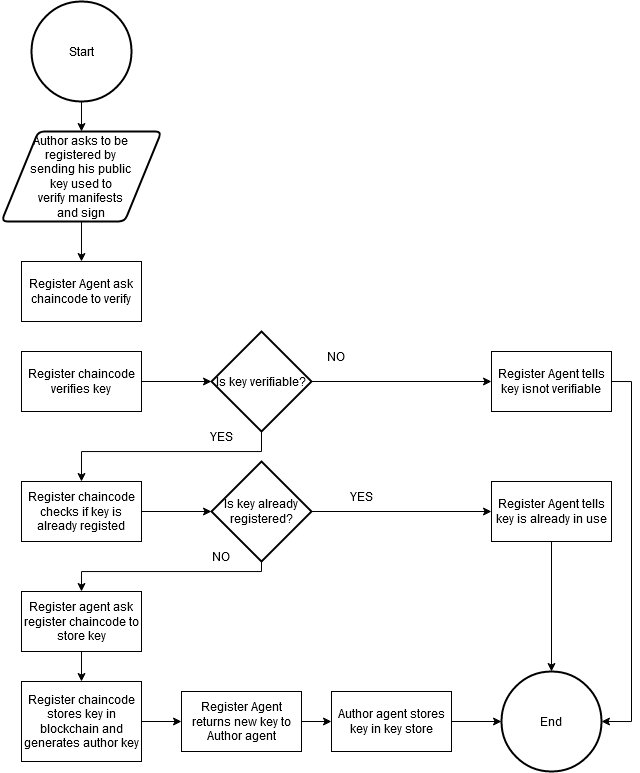
Above: Design/FlowDiagrams/RegisterAuthor/RegisterFlowChart.drawio.png in sfl0r3nz05/DistributedBchFWArchIoT (draw.io), before the change. Source tidied: cells renumbered, new cells last; positions are measured from the earlier drawing's top-left corner, leaving out a move shared by most shapes. Source of this version:
```xml
<mxGraphModel>
  <root>
    <mxCell id="0" />
    <mxCell id="1" parent="0" />
    <mxCell id="2" style="edgeStyle=orthogonalEdgeStyle;rounded=0;jettySize=auto;html=1;exitX=0.5;exitY=1;exitDx=0;exitDy=0;exitPerimeter=0;" parent="1" edge="1" source="3" target="5">
      <mxGeometry relative="1" as="geometry" />
    </mxCell>
    <mxCell id="3" value="Start" style="strokeWidth=2;html=1;shape=mxgraph.flowchart.start_2;whiteSpace=wrap;" parent="1" vertex="1">
      <mxGeometry x="30" width="100" height="100" as="geometry" />
    </mxCell>
    <mxCell id="4" style="edgeStyle=orthogonalEdgeStyle;rounded=0;jettySize=auto;html=1;exitX=0.5;exitY=1;exitDx=0;exitDy=0;entryX=0.5;entryY=0;entryDx=0;entryDy=0;" parent="1" edge="1" source="5" target="24">
      <mxGeometry relative="1" as="geometry" />
    </mxCell>
    <mxCell id="5" value="&lt;div&gt;Author asks to be &lt;br&gt;&lt;/div&gt;&lt;div&gt;registered by &lt;br&gt;&lt;/div&gt;&lt;div&gt;sending his public &lt;br&gt;&lt;/div&gt;&lt;div&gt;key used to &lt;br&gt;&lt;/div&gt;&lt;div&gt;verify manifests &lt;br&gt;&lt;/div&gt;&lt;div&gt;and sign&lt;br&gt;&lt;/div&gt;" style="shape=parallelogram;html=1;strokeWidth=2;perimeter=parallelogramPerimeter;whiteSpace=wrap;rounded=1;arcSize=12;size=0.23;" parent="1" vertex="1">
      <mxGeometry y="130" width="160" height="90" as="geometry" />
    </mxCell>
    <mxCell id="6" style="edgeStyle=orthogonalEdgeStyle;rounded=0;jettySize=auto;html=1;exitX=1;exitY=0.5;exitDx=0;exitDy=0;entryX=0;entryY=0.5;entryDx=0;entryDy=0;" parent="1" edge="1" source="7" target="21">
      <mxGeometry relative="1" as="geometry" />
    </mxCell>
    <mxCell id="7" value="Register chaincode stores key in blockchain and generates author key" style="rounded=0;whiteSpace=wrap;html=1;" parent="1" vertex="1">
      <mxGeometry x="20" y="680" width="120" height="80" as="geometry" />
    </mxCell>
    <mxCell id="8" value="End" style="strokeWidth=2;html=1;shape=mxgraph.flowchart.start_2;whiteSpace=wrap;" parent="1" vertex="1">
      <mxGeometry x="500" y="670" width="100" height="100" as="geometry" />
    </mxCell>
    <mxCell id="9" style="edgeStyle=orthogonalEdgeStyle;rounded=0;jettySize=auto;html=1;exitX=1;exitY=0.5;exitDx=0;exitDy=0;exitPerimeter=0;entryX=0;entryY=0.5;entryDx=0;entryDy=0;" parent="1" edge="1" source="11" target="14">
      <mxGeometry relative="1" as="geometry" />
    </mxCell>
    <mxCell id="10" style="edgeStyle=orthogonalEdgeStyle;rounded=0;jettySize=auto;html=1;exitX=0.5;exitY=1;exitDx=0;exitDy=0;exitPerimeter=0;" parent="1" edge="1" source="11" target="19">
      <mxGeometry relative="1" as="geometry">
        <Array as="points">
          <mxPoint x="260" y="570" />
          <mxPoint x="80" y="570" />
        </Array>
      </mxGeometry>
    </mxCell>
    <mxCell id="11" value="Is key already registered?" style="strokeWidth=2;html=1;shape=mxgraph.flowchart.decision;whiteSpace=wrap;" parent="1" vertex="1">
      <mxGeometry x="210" y="460" width="100" height="100" as="geometry" />
    </mxCell>
    <mxCell id="12" value="NO" style="text;html=1;strokeColor=none;fillColor=none;align=center;verticalAlign=middle;whiteSpace=wrap;rounded=0;" parent="1" vertex="1">
      <mxGeometry x="190" y="540" width="60" height="30" as="geometry" />
    </mxCell>
    <mxCell id="13" style="edgeStyle=orthogonalEdgeStyle;rounded=0;jettySize=auto;html=1;exitX=0.5;exitY=1;exitDx=0;exitDy=0;entryX=0.5;entryY=0;entryDx=0;entryDy=0;entryPerimeter=0;" parent="1" edge="1" source="14" target="8">
      <mxGeometry relative="1" as="geometry" />
    </mxCell>
    <mxCell id="14" value="Register Agent tells key is already in use" style="rounded=0;whiteSpace=wrap;html=1;" parent="1" vertex="1">
      <mxGeometry x="490" y="480" width="120" height="60" as="geometry" />
    </mxCell>
    <mxCell id="15" value="YES" style="text;html=1;strokeColor=none;fillColor=none;align=center;verticalAlign=middle;whiteSpace=wrap;rounded=0;" parent="1" vertex="1">
      <mxGeometry x="330" y="480" width="60" height="30" as="geometry" />
    </mxCell>
    <mxCell id="16" style="edgeStyle=orthogonalEdgeStyle;rounded=0;jettySize=auto;html=1;exitX=1;exitY=0.5;exitDx=0;exitDy=0;entryX=0;entryY=0.5;entryDx=0;entryDy=0;entryPerimeter=0;" parent="1" edge="1" source="17" target="11">
      <mxGeometry relative="1" as="geometry" />
    </mxCell>
    <mxCell id="17" value="Register chaincode checks if key is already registed" style="rounded=0;whiteSpace=wrap;html=1;" parent="1" vertex="1">
      <mxGeometry x="20" y="480" width="120" height="60" as="geometry" />
    </mxCell>
    <mxCell id="18" style="edgeStyle=orthogonalEdgeStyle;rounded=0;jettySize=auto;html=1;exitX=0.5;exitY=1;exitDx=0;exitDy=0;entryX=0.5;entryY=0;entryDx=0;entryDy=0;" parent="1" edge="1" source="19" target="7">
      <mxGeometry relative="1" as="geometry" />
    </mxCell>
    <mxCell id="19" value="Register agent ask register chaincode to store key" style="rounded=0;whiteSpace=wrap;html=1;" parent="1" vertex="1">
      <mxGeometry x="20" y="590" width="120" height="60" as="geometry" />
    </mxCell>
    <mxCell id="20" style="edgeStyle=orthogonalEdgeStyle;rounded=0;jettySize=auto;html=1;exitX=1;exitY=0.5;exitDx=0;exitDy=0;entryX=0;entryY=0.5;entryDx=0;entryDy=0;" parent="1" edge="1" source="21" target="23">
      <mxGeometry relative="1" as="geometry" />
    </mxCell>
    <mxCell id="21" value="Register Agent returns new key to Author agent" style="rounded=0;whiteSpace=wrap;html=1;" parent="1" vertex="1">
      <mxGeometry x="180" y="690" width="120" height="60" as="geometry" />
    </mxCell>
    <mxCell id="22" style="edgeStyle=orthogonalEdgeStyle;rounded=0;jettySize=auto;html=1;exitX=1;exitY=0.5;exitDx=0;exitDy=0;entryX=0;entryY=0.5;entryDx=0;entryDy=0;entryPerimeter=0;" parent="1" edge="1" source="23" target="8">
      <mxGeometry relative="1" as="geometry" />
    </mxCell>
    <mxCell id="23" value="Author agent stores key in key store" style="rounded=0;whiteSpace=wrap;html=1;" parent="1" vertex="1">
      <mxGeometry x="330" y="690" width="120" height="60" as="geometry" />
    </mxCell>
    <mxCell id="24" value="Register Agent ask chaincode to verify" style="rounded=0;whiteSpace=wrap;html=1;" parent="1" vertex="1">
      <mxGeometry x="20" y="260" width="120" height="60" as="geometry" />
    </mxCell>
    <mxCell id="25" style="edgeStyle=orthogonalEdgeStyle;rounded=0;jettySize=auto;html=1;exitX=1;exitY=0.5;exitDx=0;exitDy=0;exitPerimeter=0;entryX=0;entryY=0.5;entryDx=0;entryDy=0;" parent="1" edge="1" source="27" target="30">
      <mxGeometry relative="1" as="geometry" />
    </mxCell>
    <mxCell id="26" style="edgeStyle=orthogonalEdgeStyle;rounded=0;jettySize=auto;html=1;exitX=0.5;exitY=1;exitDx=0;exitDy=0;exitPerimeter=0;entryX=0.5;entryY=0;entryDx=0;entryDy=0;" parent="1" edge="1" source="27" target="17">
      <mxGeometry relative="1" as="geometry">
        <Array as="points">
          <mxPoint x="260" y="450" />
          <mxPoint x="80" y="450" />
        </Array>
      </mxGeometry>
    </mxCell>
    <mxCell id="27" value="Is key verifiable?" style="strokeWidth=2;html=1;shape=mxgraph.flowchart.decision;whiteSpace=wrap;" parent="1" vertex="1">
      <mxGeometry x="210" y="330" width="100" height="100" as="geometry" />
    </mxCell>
    <mxCell id="28" value="NO" style="text;html=1;strokeColor=none;fillColor=none;align=center;verticalAlign=middle;whiteSpace=wrap;rounded=0;" parent="1" vertex="1">
      <mxGeometry x="305" y="340" width="60" height="30" as="geometry" />
    </mxCell>
    <mxCell id="29" style="edgeStyle=orthogonalEdgeStyle;rounded=0;jettySize=auto;html=1;exitX=1;exitY=0.5;exitDx=0;exitDy=0;entryX=1;entryY=0.5;entryDx=0;entryDy=0;entryPerimeter=0;" parent="1" edge="1" source="30" target="8">
      <mxGeometry relative="1" as="geometry" />
    </mxCell>
    <mxCell id="30" value="Register Agent tells key isnot verifiable" style="rounded=0;whiteSpace=wrap;html=1;" parent="1" vertex="1">
      <mxGeometry x="490" y="350" width="120" height="60" as="geometry" />
    </mxCell>
    <mxCell id="31" value="YES" style="text;html=1;strokeColor=none;fillColor=none;align=center;verticalAlign=middle;whiteSpace=wrap;rounded=0;" parent="1" vertex="1">
      <mxGeometry x="190" y="420" width="60" height="30" as="geometry" />
    </mxCell>
    <mxCell id="32" style="edgeStyle=orthogonalEdgeStyle;rounded=0;jettySize=auto;html=1;exitX=1;exitY=0.5;exitDx=0;exitDy=0;entryX=0;entryY=0.5;entryDx=0;entryDy=0;entryPerimeter=0;" parent="1" edge="1" source="33" target="27">
      <mxGeometry relative="1" as="geometry" />
    </mxCell>
    <mxCell id="33" value="Register chaincode verifies key" style="rounded=0;whiteSpace=wrap;html=1;" parent="1" vertex="1">
      <mxGeometry x="20" y="350" width="120" height="60" as="geometry" />
    </mxCell>
  </root>
</mxGraphModel>
```
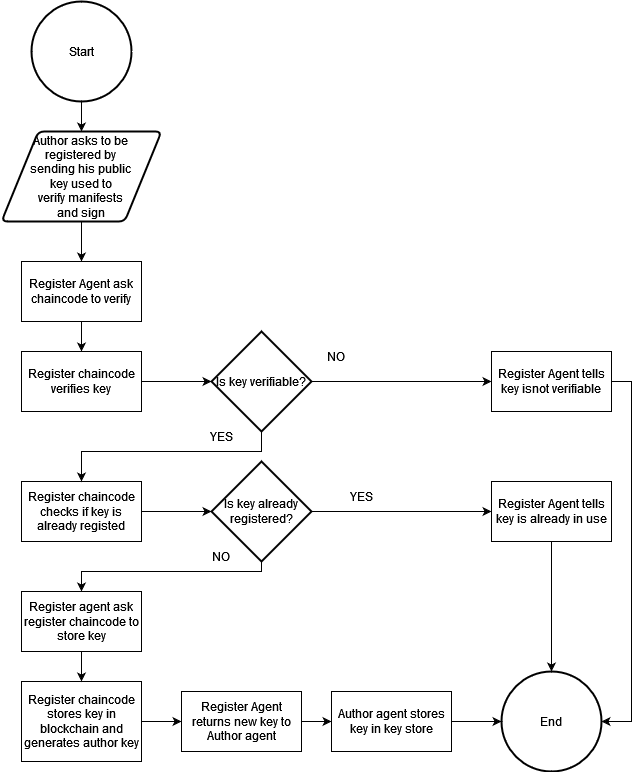
The same diagram one commit later.

Commit message:
added missing arrow

Change to the diagram source:
```diff
@@ -73,6 +73,9 @@
     <mxCell id="23" value="Author agent stores key in key store" style="rounded=0;whiteSpace=wrap;html=1;" parent="1" vertex="1">
       <mxGeometry x="330" y="690" width="120" height="60" as="geometry" />
     </mxCell>
+    <mxCell id="34" style="edgeStyle=orthogonalEdgeStyle;rounded=0;jettySize=auto;html=1;exitX=0.5;exitY=1;exitDx=0;exitDy=0;entryX=0.5;entryY=0;entryDx=0;entryDy=0;" parent="1" edge="1" source="24" target="33">
+      <mxGeometry relative="1" as="geometry" />
+    </mxCell>
     <mxCell id="24" value="Register Agent ask chaincode to verify" style="rounded=0;whiteSpace=wrap;html=1;" parent="1" vertex="1">
       <mxGeometry x="20" y="260" width="120" height="60" as="geometry" />
     </mxCell>
```
